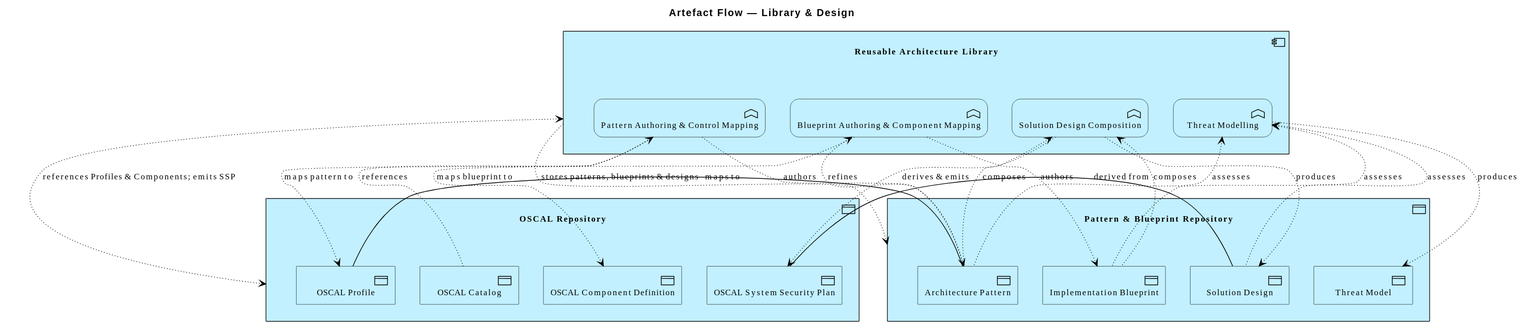
Before: architecture/model/diagrams/application/artefact-library.svg, a diagram exported from PlantUML (wolffy-au/frictionless-architect). Its diagram source:
```plantuml
@startuml
!include <archimate/Archimate>

title Artefact Flow — Library & Design

Application_Component(e_id3b0beba52b5a5c, "Reusable Architecture Library") {
  Application_Function(e_iddd11da366c175c, "Pattern Authoring & Control Mapping")
  Application_Function(e_ide1ad558dbdf859, "Blueprint Authoring & Component Mapping")
  Application_Function(e_idf6a4f65b28fc5e, "Solution Design Composition")
  Application_Function(e_iddc37081ec05957, "Threat Modelling")
}
Application_DataObject(e_idb18c37abc9ff51, "OSCAL Repository") {
  Application_DataObject(e_idddf65887d53f57, "OSCAL Catalog")
  Application_DataObject(e_id9659a679544058, "OSCAL Profile")
  Application_DataObject(e_id192cc75cb2785d, "OSCAL Component Definition")
  Application_DataObject(e_id20c3b0ad770d57, "OSCAL System Security Plan")
}
Application_DataObject(e_idb9264b9a2b5a50, "Pattern & Blueprint Repository") {
  Application_DataObject(e_idd89db32a51b55a, "Architecture Pattern")
  Application_DataObject(e_id6599578e1d1057, "Implementation Blueprint")
  Application_DataObject(e_id506d57a987bb51, "Solution Design")
  Application_DataObject(e_id4e26a4b745705e, "Threat Model")
}

Rel_Access_rw(e_id3b0beba52b5a5c, e_idb18c37abc9ff51, "references Profiles & Components; emits SSP")
Rel_Access_w(e_id3b0beba52b5a5c, e_idb9264b9a2b5a50, "stores patterns, blueprints & designs")
Rel_Access_r(e_iddd11da366c175c, e_idddf65887d53f57, "references")
Rel_Access_w(e_iddd11da366c175c, e_idd89db32a51b55a, "authors")
Rel_Access_w(e_iddd11da366c175c, e_id9659a679544058, "maps pattern to")
Rel_Association(e_idd89db32a51b55a, e_id9659a679544058, "maps to")
Rel_Access_r(e_ide1ad558dbdf859, e_idd89db32a51b55a, "refines")
Rel_Access_w(e_ide1ad558dbdf859, e_id6599578e1d1057, "authors")
Rel_Access_w(e_ide1ad558dbdf859, e_id192cc75cb2785d, "maps blueprint to")
Rel_Access_r(e_idf6a4f65b28fc5e, e_id6599578e1d1057, "composes")
Rel_Access_r(e_idf6a4f65b28fc5e, e_idd89db32a51b55a, "composes")
Rel_Access_w(e_idf6a4f65b28fc5e, e_id506d57a987bb51, "produces")
Rel_Access_w(e_idf6a4f65b28fc5e, e_id20c3b0ad770d57, "derives & emits")
Rel_Association(e_id20c3b0ad770d57, e_id506d57a987bb51, "derived from")
Rel_Access_r(e_iddc37081ec05957, e_idd89db32a51b55a, "assesses")
Rel_Access_r(e_iddc37081ec05957, e_id6599578e1d1057, "assesses")
Rel_Access_r(e_iddc37081ec05957, e_id506d57a987bb51, "assesses")
Rel_Access_w(e_iddc37081ec05957, e_id4e26a4b745705e, "produces")
@enduml
```
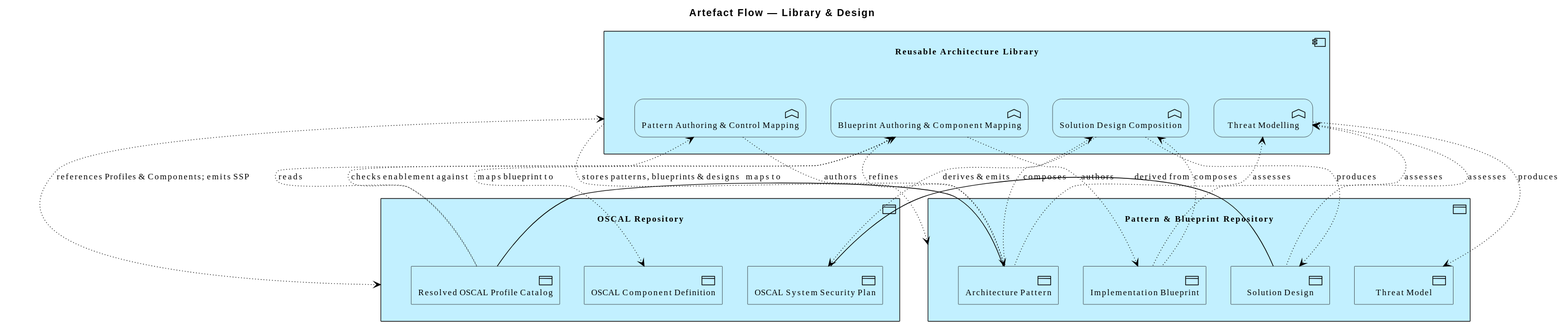
After the commit.

Diff of the diagram source:
```diff
@@ -10,8 +10,7 @@
   Application_Function(e_iddc37081ec05957, "Threat Modelling")
 }
 Application_DataObject(e_idb18c37abc9ff51, "OSCAL Repository") {
-  Application_DataObject(e_idddf65887d53f57, "OSCAL Catalog")
-  Application_DataObject(e_id9659a679544058, "OSCAL Profile")
+  Application_DataObject(e_id0bcf03d5bb0d58, "Resolved OSCAL Profile Catalog")
   Application_DataObject(e_id192cc75cb2785d, "OSCAL Component Definition")
   Application_DataObject(e_id20c3b0ad770d57, "OSCAL System Security Plan")
 }
@@ -24,11 +23,11 @@
 
 Rel_Access_rw(e_id3b0beba52b5a5c, e_idb18c37abc9ff51, "references Profiles & Components; emits SSP")
 Rel_Access_w(e_id3b0beba52b5a5c, e_idb9264b9a2b5a50, "stores patterns, blueprints & designs")
-Rel_Access_r(e_iddd11da366c175c, e_idddf65887d53f57, "references")
+Rel_Access_r(e_iddd11da366c175c, e_id0bcf03d5bb0d58, "reads")
 Rel_Access_w(e_iddd11da366c175c, e_idd89db32a51b55a, "authors")
-Rel_Access_w(e_iddd11da366c175c, e_id9659a679544058, "maps pattern to")
-Rel_Association(e_idd89db32a51b55a, e_id9659a679544058, "maps to")
+Rel_Association(e_idd89db32a51b55a, e_id0bcf03d5bb0d58, "maps to")
 Rel_Access_r(e_ide1ad558dbdf859, e_idd89db32a51b55a, "refines")
+Rel_Access_r(e_ide1ad558dbdf859, e_id0bcf03d5bb0d58, "checks enablement against")
 Rel_Access_w(e_ide1ad558dbdf859, e_id6599578e1d1057, "authors")
 Rel_Access_w(e_ide1ad558dbdf859, e_id192cc75cb2785d, "maps blueprint to")
 Rel_Access_r(e_idf6a4f65b28fc5e, e_id6599578e1d1057, "composes")
```
